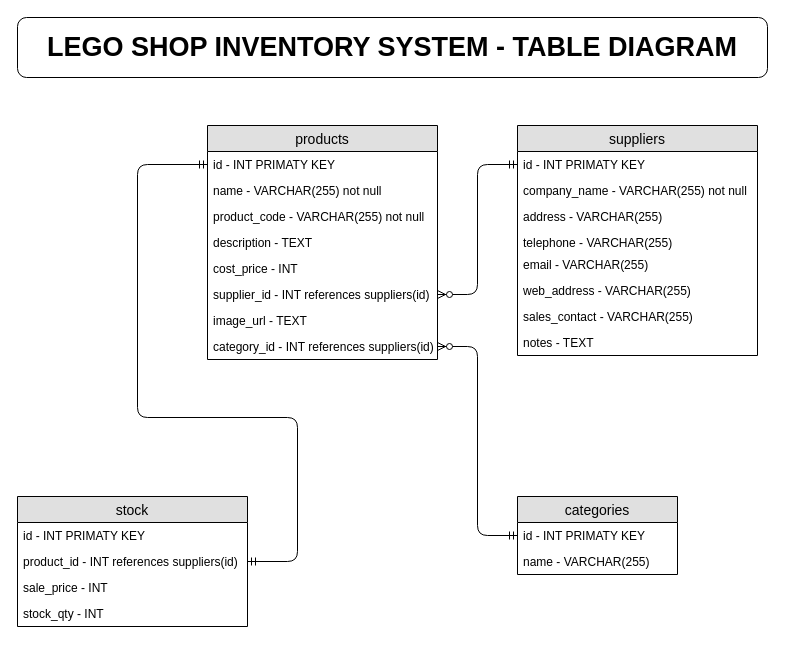
Above: diagrams/table_diagram.drawio in aramsay03/lego_shop_inventory_project (draw.io), before the change. Source tidied: cells renumbered, new cells numbered last; positions are measured from the earlier drawing's top-left corner, leaving out a move shared by most shapes. Both pictures are drawn from the tidied source at 100%, with x=0, y=0 at pixel (17, 17).
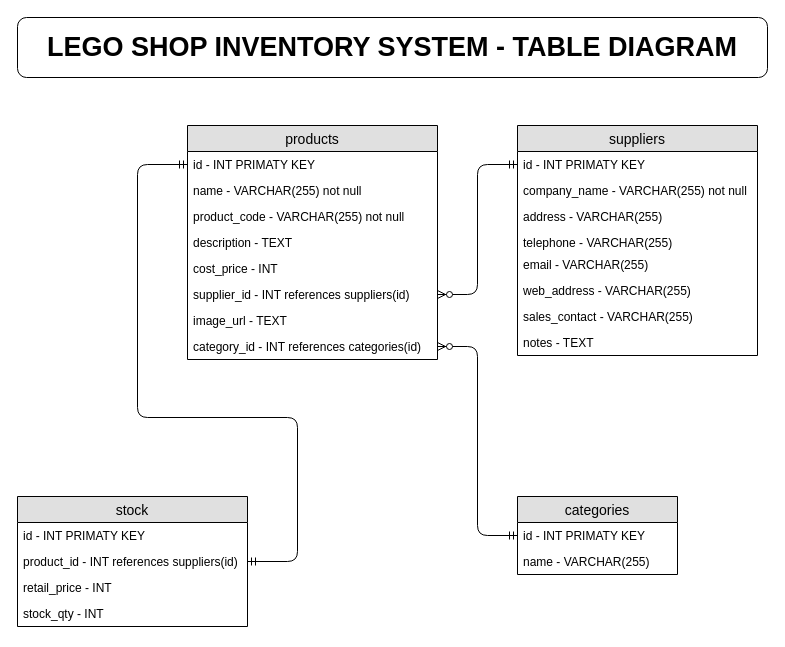
The same diagram, later.

Unchanged cells that the change refers to:
```xml
<mxCell id="20" value="stock" style="swimlane;fontStyle=0;horizontal=1;startSize=26;fillColor=#e0e0e0;swimlaneFillColor=#ffffff;align=center;fontSize=14;" parent="1" vertex="1">
  <mxGeometry y="479" width="230" height="130" as="geometry" />
</mxCell>
```

Change to the diagram source:
```diff
@@
     <mxCell id="2" value="products" style="swimlane;fontStyle=0;horizontal=1;startSize=26;fillColor=#e0e0e0;swimlaneFillColor=#ffffff;align=center;fontSize=14;" parent="1" vertex="1">
-      <mxGeometry x="190" y="108" width="230" height="234" as="geometry" />
+      <mxGeometry x="170" y="108" width="250" height="234" as="geometry" />
     </mxCell>
     <mxCell id="3" value="id - INT PRIMATY KEY" style="text;strokeColor=none;fillColor=none;spacingLeft=4;spacingRight=4;overflow=hidden;points=[[0,0.5],[1,0.5]];portConstraint=eastwest;fontSize=12;" parent="2" vertex="1">
-      <mxGeometry y="26" width="230" height="26" as="geometry" />
+      <mxGeometry y="26" width="250" height="26" as="geometry" />
     </mxCell>
     <mxCell id="4" value="name - VARCHAR(255) not null" style="text;strokeColor=none;fillColor=none;spacingLeft=4;spacingRight=4;overflow=hidden;fontSize=12;" parent="2" vertex="1">
-      <mxGeometry y="52" width="230" height="26" as="geometry" />
+      <mxGeometry y="52" width="250" height="26" as="geometry" />
     </mxCell>
     <mxCell id="5" value="product_code - VARCHAR(255) not null" style="text;strokeColor=none;fillColor=none;spacingLeft=4;spacingRight=4;overflow=hidden;fontSize=12;" parent="2" vertex="1">
-      <mxGeometry y="78" width="230" height="26" as="geometry" />
+      <mxGeometry y="78" width="250" height="26" as="geometry" />
     </mxCell>
     <mxCell id="6" value="description - TEXT" style="text;strokeColor=none;fillColor=none;spacingLeft=4;spacingRight=4;overflow=hidden;fontSize=12;" parent="2" vertex="1">
-      <mxGeometry y="104" width="230" height="26" as="geometry" />
+      <mxGeometry y="104" width="250" height="26" as="geometry" />
     </mxCell>
     <mxCell id="7" value="cost_price - INT" style="text;strokeColor=none;fillColor=none;spacingLeft=4;spacingRight=4;overflow=hidden;fontSize=12;" parent="2" vertex="1">
-      <mxGeometry y="130" width="230" height="26" as="geometry" />
+      <mxGeometry y="130" width="250" height="26" as="geometry" />
     </mxCell>
     <mxCell id="8" value="supplier_id - INT references suppliers(id)" style="text;strokeColor=none;fillColor=none;spacingLeft=4;spacingRight=4;overflow=hidden;points=[[0,0.5],[1,0.5]];portConstraint=eastwest;fontSize=12;" parent="2" vertex="1">
-      <mxGeometry y="156" width="230" height="26" as="geometry" />
+      <mxGeometry y="156" width="250" height="26" as="geometry" />
     </mxCell>
     <mxCell id="9" value="image_url - TEXT" style="text;strokeColor=none;fillColor=none;spacingLeft=4;spacingRight=4;overflow=hidden;fontSize=12;" parent="2" vertex="1">
-      <mxGeometry y="182" width="230" height="26" as="geometry" />
+      <mxGeometry y="182" width="250" height="26" as="geometry" />
     </mxCell>
-    <mxCell id="10" value="category_id - INT references suppliers(id)" style="text;strokeColor=none;fillColor=none;spacingLeft=4;spacingRight=4;overflow=hidden;points=[[0,0.5],[1,0.5]];portConstraint=eastwest;fontSize=12;" parent="2" vertex="1">
-      <mxGeometry y="208" width="230" height="26" as="geometry" />
+    <mxCell id="10" value="category_id - INT references categories(id)" style="text;strokeColor=none;fillColor=none;spacingLeft=4;spacingRight=4;overflow=hidden;points=[[0,0.5],[1,0.5]];portConstraint=eastwest;fontSize=12;" parent="2" vertex="1">
+      <mxGeometry y="208" width="250" height="26" as="geometry" />
     </mxCell>
@@
-    <mxCell id="23" value="sale_price - INT" style="text;strokeColor=none;fillColor=none;spacingLeft=4;spacingRight=4;overflow=hidden;fontSize=12;" parent="20" vertex="1">
+    <mxCell id="23" value="retail_price - INT" style="text;strokeColor=none;fillColor=none;spacingLeft=4;spacingRight=4;overflow=hidden;fontSize=12;" parent="20" vertex="1">
       <mxGeometry y="78" width="230" height="26" as="geometry" />
     </mxCell>
```
